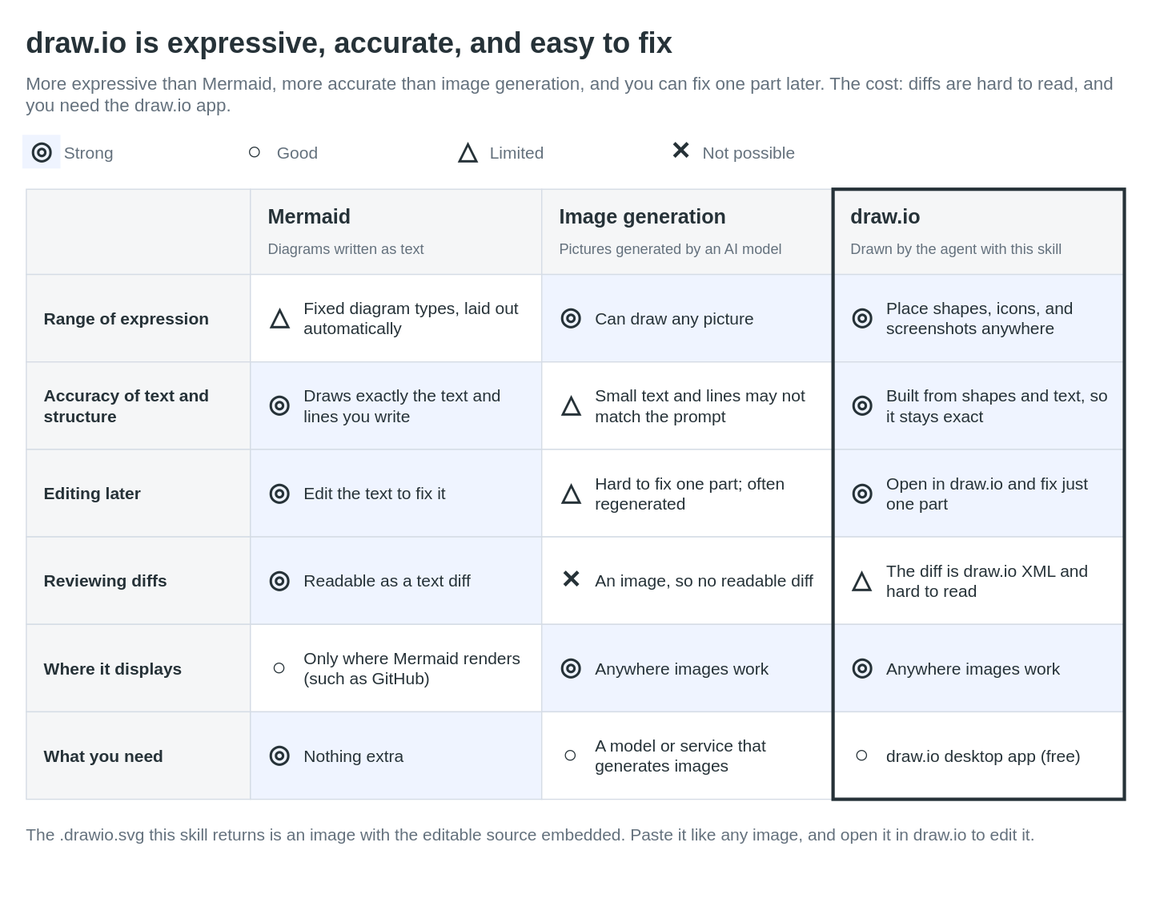
The draw.io diagram docs/why-drawio.en.drawio.svg in nntto/explanatory-diagrams, before a commit. Source tidied: cells renumbered, new cells last; positions are measured from the earlier drawing's top-left corner, leaving out a move shared by most shapes.
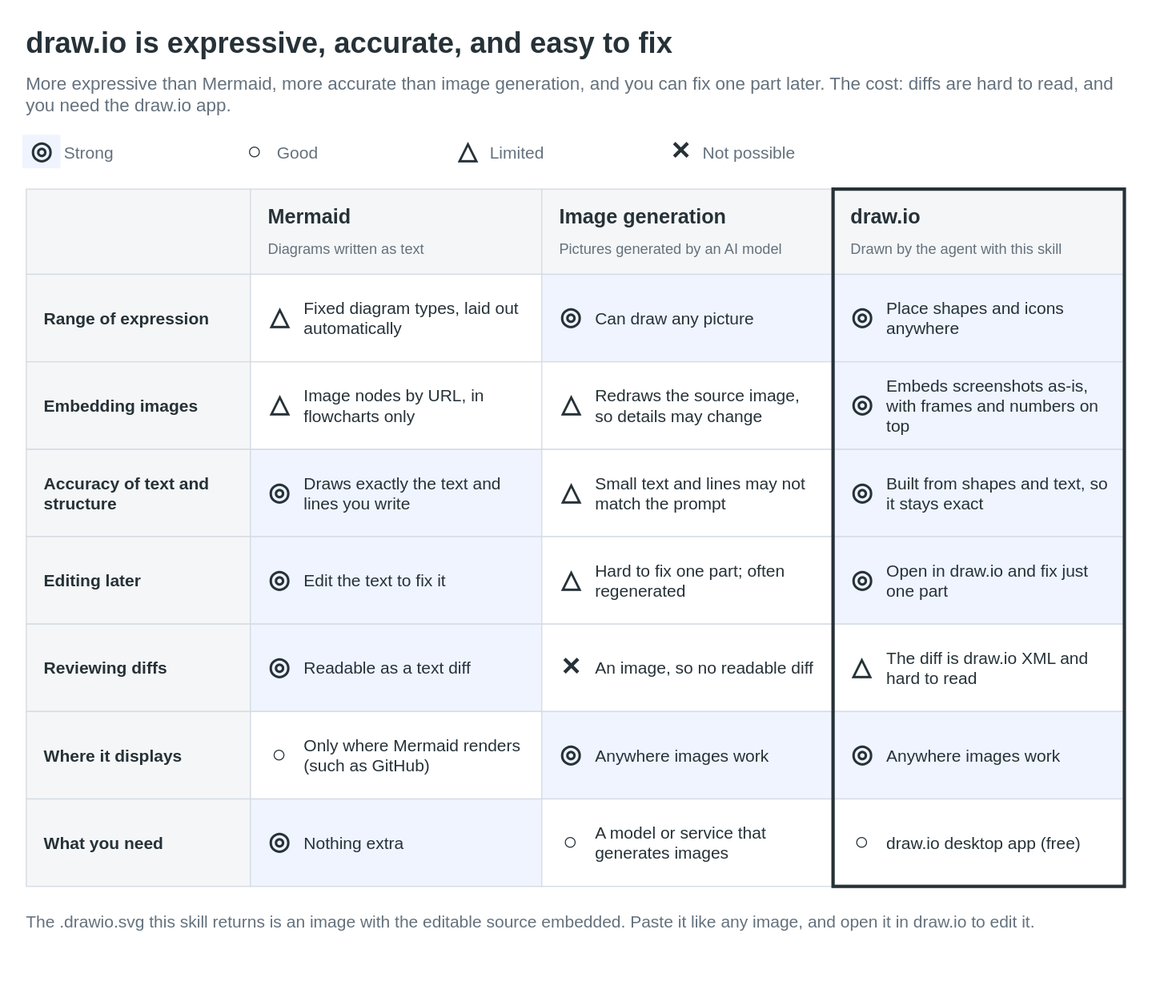
After the change.

Change to the diagram source:
```diff
@@ -3,100 +3,100 @@
     <mxCell id="0" />
     <mxCell id="1" parent="0" />
     <mxCell id="2" value="draw.io is expressive, accurate, and easy to fix" style="text;html=1;whiteSpace=wrap;fontFamily=Helvetica;fontSize=26;fontColor=#263238;align=left;verticalAlign=middle;spacing=0;fontStyle=1;" parent="1" vertex="1">
-      <mxGeometry x="3" width="980" height="36" as="geometry" />
+      <mxGeometry x="3" y="-78" width="980" height="36" as="geometry" />
     </mxCell>
     <mxCell id="3" value="More expressive than Mermaid, more accurate than image generation, and you can fix one part later. The cost: diffs are hard to read, and you need the draw.io app." style="text;html=1;whiteSpace=wrap;fontFamily=Helvetica;fontSize=16;fontColor=#64717d;align=left;verticalAlign=top;spacing=0;" parent="1" vertex="1">
-      <mxGeometry x="3" y="40" width="980" height="44" as="geometry" />
+      <mxGeometry x="3" y="-38" width="980" height="44" as="geometry" />
     </mxCell>
     <mxCell id="4" style="rounded=0;html=1;fillColor=#eff4ff;strokeColor=none;" parent="1" vertex="1">
-      <mxGeometry y="100" width="34" height="30" as="geometry" />
+      <mxGeometry y="22" width="34" height="30" as="geometry" />
     </mxCell>
     <mxCell id="5" value="◎" style="text;html=1;whiteSpace=wrap;fontFamily=Helvetica;fontSize=22;fontColor=#263238;align=center;verticalAlign=middle;spacing=0;fontStyle=1;" parent="1" vertex="1">
-      <mxGeometry x="3" y="102" width="28" height="26" as="geometry" />
+      <mxGeometry x="3" y="24" width="28" height="26" as="geometry" />
     </mxCell>
     <mxCell id="6" value="Strong" style="text;html=1;whiteSpace=wrap;fontFamily=Helvetica;fontSize=15;fontColor=#64717d;align=left;verticalAlign=middle;spacing=0;" parent="1" vertex="1">
-      <mxGeometry x="37" y="102" width="150" height="26" as="geometry" />
+      <mxGeometry x="37" y="24" width="150" height="26" as="geometry" />
     </mxCell>
     <mxCell id="7" value="○" style="text;html=1;whiteSpace=wrap;fontFamily=Helvetica;fontSize=22;fontColor=#263238;align=center;verticalAlign=middle;spacing=0;fontStyle=1;" parent="1" vertex="1">
-      <mxGeometry x="193" y="102" width="28" height="26" as="geometry" />
+      <mxGeometry x="193" y="24" width="28" height="26" as="geometry" />
     </mxCell>
     <mxCell id="8" value="Good" style="text;html=1;whiteSpace=wrap;fontFamily=Helvetica;fontSize=15;fontColor=#64717d;align=left;verticalAlign=middle;spacing=0;" parent="1" vertex="1">
-      <mxGeometry x="227" y="102" width="150" height="26" as="geometry" />
+      <mxGeometry x="227" y="24" width="150" height="26" as="geometry" />
     </mxCell>
     <mxCell id="9" value="△" style="text;html=1;whiteSpace=wrap;fontFamily=Helvetica;fontSize=22;fontColor=#263238;align=center;verticalAlign=middle;spacing=0;fontStyle=1;" parent="1" vertex="1">
-      <mxGeometry x="383" y="102" width="28" height="26" as="geometry" />
+      <mxGeometry x="383" y="24" width="28" height="26" as="geometry" />
     </mxCell>
     <mxCell id="10" value="Limited" style="text;html=1;whiteSpace=wrap;fontFamily=Helvetica;fontSize=15;fontColor=#64717d;align=left;verticalAlign=middle;spacing=0;" parent="1" vertex="1">
-      <mxGeometry x="417" y="102" width="150" height="26" as="geometry" />
+      <mxGeometry x="417" y="24" width="150" height="26" as="geometry" />
     </mxCell>
     <mxCell id="11" value="✕" style="text;html=1;whiteSpace=wrap;fontFamily=Helvetica;fontSize=22;fontColor=#263238;align=center;verticalAlign=middle;spacing=0;fontStyle=1;" parent="1" vertex="1">
-      <mxGeometry x="573" y="102" width="28" height="26" as="geometry" />
+      <mxGeometry x="573" y="24" width="28" height="26" as="geometry" />
     </mxCell>
     <mxCell id="12" value="Not possible" style="text;html=1;whiteSpace=wrap;fontFamily=Helvetica;fontSize=15;fontColor=#64717d;align=left;verticalAlign=middle;spacing=0;" parent="1" vertex="1">
-      <mxGeometry x="607" y="102" width="150" height="26" as="geometry" />
+      <mxGeometry x="607" y="24" width="150" height="26" as="geometry" />
     </mxCell>
     <mxCell id="13" style="rounded=0;html=1;fillColor=#f5f6f7;strokeColor=#D5DCE5;strokeWidth=1;" parent="1" vertex="1">
-      <mxGeometry x="3" y="148" width="200" height="76" as="geometry" />
+      <mxGeometry x="3" y="70" width="200" height="76" as="geometry" />
     </mxCell>
     <mxCell id="14" style="rounded=0;html=1;fillColor=#f5f6f7;strokeColor=#D5DCE5;strokeWidth=1;" parent="1" vertex="1">
-      <mxGeometry x="203" y="148" width="260" height="76" as="geometry" />
+      <mxGeometry x="203" y="70" width="260" height="76" as="geometry" />
     </mxCell>
     <mxCell id="15" value="Mermaid" style="text;html=1;whiteSpace=wrap;fontFamily=Helvetica;fontSize=18;fontColor=#263238;align=left;verticalAlign=middle;spacing=0;fontStyle=1;" parent="1" vertex="1">
-      <mxGeometry x="219" y="160" width="228" height="26" as="geometry" />
+      <mxGeometry x="219" y="82" width="228" height="26" as="geometry" />
     </mxCell>
     <mxCell id="16" value="Diagrams written as text" style="text;html=1;whiteSpace=wrap;fontFamily=Helvetica;fontSize=13;fontColor=#64717d;align=left;verticalAlign=middle;spacing=0;" parent="1" vertex="1">
-      <mxGeometry x="219" y="190" width="228" height="22" as="geometry" />
+      <mxGeometry x="219" y="112" width="228" height="22" as="geometry" />
     </mxCell>
     <mxCell id="17" style="rounded=0;html=1;fillColor=#f5f6f7;strokeColor=#D5DCE5;strokeWidth=1;" parent="1" vertex="1">
-      <mxGeometry x="463" y="148" width="260" height="76" as="geometry" />
+      <mxGeometry x="463" y="70" width="260" height="76" as="geometry" />
     </mxCell>
     <mxCell id="18" value="Image generation" style="text;html=1;whiteSpace=wrap;fontFamily=Helvetica;fontSize=18;fontColor=#263238;align=left;verticalAlign=middle;spacing=0;fontStyle=1;" parent="1" vertex="1">
-      <mxGeometry x="479" y="160" width="228" height="26" as="geometry" />
+      <mxGeometry x="479" y="82" width="228" height="26" as="geometry" />
     </mxCell>
     <mxCell id="19" value="Pictures generated by an AI model" style="text;html=1;whiteSpace=wrap;fontFamily=Helvetica;fontSize=13;fontColor=#64717d;align=left;verticalAlign=middle;spacing=0;" parent="1" vertex="1">
-      <mxGeometry x="479" y="190" width="228" height="22" as="geometry" />
+      <mxGeometry x="479" y="112" width="228" height="22" as="geometry" />
     </mxCell>
     <mxCell id="20" style="rounded=0;html=1;fillColor=#f5f6f7;strokeColor=#D5DCE5;strokeWidth=1;" parent="1" vertex="1">
-      <mxGeometry x="723" y="148" width="260" height="76" as="geometry" />
+      <mxGeometry x="723" y="70" width="260" height="76" as="geometry" />
     </mxCell>
     <mxCell id="21" value="draw.io" style="text;html=1;whiteSpace=wrap;fontFamily=Helvetica;fontSize=18;fontColor=#263238;align=left;verticalAlign=middle;spacing=0;fontStyle=1;" parent="1" vertex="1">
-      <mxGeometry x="739" y="160" width="228" height="26" as="geometry" />
+      <mxGeometry x="739" y="82" width="228" height="26" as="geometry" />
     </mxCell>
     <mxCell id="22" value="Drawn by the agent with this skill" style="text;html=1;whiteSpace=wrap;fontFamily=Helvetica;fontSize=13;fontColor=#64717d;align=left;verticalAlign=middle;spacing=0;" parent="1" vertex="1">
-      <mxGeometry x="739" y="190" width="228" height="22" as="geometry" />
+      <mxGeometry x="739" y="112" width="228" height="22" as="geometry" />
     </mxCell>
     <mxCell id="23" style="rounded=0;html=1;fillColor=#f5f6f7;strokeColor=#D5DCE5;strokeWidth=1;" parent="1" vertex="1">
-      <mxGeometry x="3" y="224" width="200" height="78" as="geometry" />
+      <mxGeometry x="3" y="146" width="200" height="78" as="geometry" />
     </mxCell>
     <mxCell id="24" value="Range of expression" style="text;html=1;whiteSpace=wrap;fontFamily=Helvetica;fontSize=15;fontColor=#263238;align=left;verticalAlign=middle;spacing=0;fontStyle=1;" parent="1" vertex="1">
-      <mxGeometry x="19" y="224" width="172" height="78" as="geometry" />
+      <mxGeometry x="19" y="146" width="172" height="78" as="geometry" />
     </mxCell>
     <mxCell id="25" style="rounded=0;html=1;fillColor=#ffffff;strokeColor=#D5DCE5;strokeWidth=1;" parent="1" vertex="1">
-      <mxGeometry x="203" y="224" width="260" height="78" as="geometry" />
+      <mxGeometry x="203" y="146" width="260" height="78" as="geometry" />
     </mxCell>
     <mxCell id="26" value="△" style="text;html=1;whiteSpace=wrap;fontFamily=Helvetica;fontSize=22;fontColor=#263238;align=center;verticalAlign=middle;spacing=0;fontStyle=1;" parent="1" vertex="1">
-      <mxGeometry x="215" y="224" width="28" height="78" as="geometry" />
+      <mxGeometry x="215" y="146" width="28" height="78" as="geometry" />
     </mxCell>
     <mxCell id="27" value="Fixed diagram types, laid out automatically" style="text;html=1;whiteSpace=wrap;fontFamily=Helvetica;fontSize=15;fontColor=#263238;align=left;verticalAlign=middle;spacing=0;" parent="1" vertex="1">
-      <mxGeometry x="251" y="230" width="200" height="66" as="geometry" />
+      <mxGeometry x="251" y="152" width="200" height="66" as="geometry" />
     </mxCell>
     <mxCell id="28" style="rounded=0;html=1;fillColor=#eff4ff;strokeColor=#D5DCE5;strokeWidth=1;" parent="1" vertex="1">
-      <mxGeometry x="463" y="224" width="260" height="78" as="geometry" />
+      <mxGeometry x="463" y="146" width="260" height="78" as="geometry" />
     </mxCell>
     <mxCell id="29" value="◎" style="text;html=1;whiteSpace=wrap;fontFamily=Helvetica;fontSize=22;fontColor=#263238;align=center;verticalAlign=middle;spacing=0;fontStyle=1;" parent="1" vertex="1">
-      <mxGeometry x="475" y="224" width="28" height="78" as="geometry" />
+      <mxGeometry x="475" y="146" width="28" height="78" as="geometry" />
     </mxCell>
     <mxCell id="30" value="Can draw any picture" style="text;html=1;whiteSpace=wrap;fontFamily=Helvetica;fontSize=15;fontColor=#263238;align=left;verticalAlign=middle;spacing=0;" parent="1" vertex="1">
-      <mxGeometry x="511" y="230" width="200" height="66" as="geometry" />
+      <mxGeometry x="511" y="152" width="200" height="66" as="geometry" />
     </mxCell>
     <mxCell id="31" style="rounded=0;html=1;fillColor=#eff4ff;strokeColor=#D5DCE5;strokeWidth=1;" parent="1" vertex="1">
-      <mxGeometry x="723" y="224" width="260" height="78" as="geometry" />
+      <mxGeometry x="723" y="146" width="260" height="78" as="geometry" />
     </mxCell>
     <mxCell id="32" value="◎" style="text;html=1;whiteSpace=wrap;fontFamily=Helvetica;fontSize=22;fontColor=#263238;align=center;verticalAlign=middle;spacing=0;fontStyle=1;" parent="1" vertex="1">
-      <mxGeometry x="735" y="224" width="28" height="78" as="geometry" />
+      <mxGeometry x="735" y="146" width="28" height="78" as="geometry" />
     </mxCell>
-    <mxCell id="33" value="Place shapes, icons, and screenshots anywhere" style="text;html=1;whiteSpace=wrap;fontFamily=Helvetica;fontSize=15;fontColor=#263238;align=left;verticalAlign=middle;spacing=0;" parent="1" vertex="1">
-      <mxGeometry x="771" y="230" width="200" height="66" as="geometry" />
+    <mxCell id="33" value="Place shapes and icons anywhere" style="text;html=1;whiteSpace=wrap;fontFamily=Helvetica;fontSize=15;fontColor=#263238;align=left;verticalAlign=middle;spacing=0;" parent="1" vertex="1">
+      <mxGeometry x="771" y="152" width="200" height="66" as="geometry" />
     </mxCell>
     <mxCell id="34" style="rounded=0;html=1;fillColor=#f5f6f7;strokeColor=#D5DCE5;strokeWidth=1;" parent="1" vertex="1">
       <mxGeometry x="3" y="302" width="200" height="78" as="geometry" />
@@ -263,8 +263,41 @@
     <mxCell id="88" value="draw.io desktop app (free)" style="text;html=1;whiteSpace=wrap;fontFamily=Helvetica;fontSize=15;fontColor=#263238;align=left;verticalAlign=middle;spacing=0;" parent="1" vertex="1">
       <mxGeometry x="771" y="620" width="200" height="66" as="geometry" />
     </mxCell>
+    <mxCell id="91" style="rounded=0;html=1;fillColor=#f5f6f7;strokeColor=#D5DCE5;strokeWidth=1;" parent="1" vertex="1">
+      <mxGeometry x="3" y="224" width="200" height="78" as="geometry" />
+    </mxCell>
+    <mxCell id="92" value="Embedding images" style="text;html=1;whiteSpace=wrap;fontFamily=Helvetica;fontSize=15;fontColor=#263238;align=left;verticalAlign=middle;spacing=0;fontStyle=1;" parent="1" vertex="1">
+      <mxGeometry x="19" y="224" width="172" height="78" as="geometry" />
+    </mxCell>
+    <mxCell id="93" style="rounded=0;html=1;fillColor=#ffffff;strokeColor=#D5DCE5;strokeWidth=1;" parent="1" vertex="1">
+      <mxGeometry x="203" y="224" width="260" height="78" as="geometry" />
+    </mxCell>
+    <mxCell id="94" value="△" style="text;html=1;whiteSpace=wrap;fontFamily=Helvetica;fontSize=22;fontColor=#263238;align=center;verticalAlign=middle;spacing=0;fontStyle=1;" parent="1" vertex="1">
+      <mxGeometry x="215" y="224" width="28" height="78" as="geometry" />
+    </mxCell>
+    <mxCell id="95" value="Image nodes by URL, in flowcharts only" style="text;html=1;whiteSpace=wrap;fontFamily=Helvetica;fontSize=15;fontColor=#263238;align=left;verticalAlign=middle;spacing=0;" parent="1" vertex="1">
+      <mxGeometry x="251" y="230" width="200" height="66" as="geometry" />
+    </mxCell>
+    <mxCell id="96" style="rounded=0;html=1;fillColor=#ffffff;strokeColor=#D5DCE5;strokeWidth=1;" parent="1" vertex="1">
+      <mxGeometry x="463" y="224" width="260" height="78" as="geometry" />
+    </mxCell>
+    <mxCell id="97" value="△" style="text;html=1;whiteSpace=wrap;fontFamily=Helvetica;fontSize=22;fontColor=#263238;align=center;verticalAlign=middle;spacing=0;fontStyle=1;" parent="1" vertex="1">
+      <mxGeometry x="475" y="224" width="28" height="78" as="geometry" />
+    </mxCell>
+    <mxCell id="98" value="Redraws the source image, so details may change" style="text;html=1;whiteSpace=wrap;fontFamily=Helvetica;fontSize=15;fontColor=#263238;align=left;verticalAlign=middle;spacing=0;" parent="1" vertex="1">
+      <mxGeometry x="511" y="230" width="200" height="66" as="geometry" />
+    </mxCell>
+    <mxCell id="99" style="rounded=0;html=1;fillColor=#eff4ff;strokeColor=#D5DCE5;strokeWidth=1;" parent="1" vertex="1">
+      <mxGeometry x="723" y="224" width="260" height="78" as="geometry" />
+    </mxCell>
+    <mxCell id="100" value="◎" style="text;html=1;whiteSpace=wrap;fontFamily=Helvetica;fontSize=22;fontColor=#263238;align=center;verticalAlign=middle;spacing=0;fontStyle=1;" parent="1" vertex="1">
+      <mxGeometry x="735" y="224" width="28" height="78" as="geometry" />
+    </mxCell>
+    <mxCell id="101" value="Embeds screenshots as-is, with frames and numbers on top" style="text;html=1;whiteSpace=wrap;fontFamily=Helvetica;fontSize=15;fontColor=#263238;align=left;verticalAlign=middle;spacing=0;" parent="1" vertex="1">
+      <mxGeometry x="771" y="230" width="200" height="66" as="geometry" />
+    </mxCell>
     <mxCell id="89" style="rounded=0;html=1;fillColor=none;strokeColor=#263238;strokeWidth=3;" parent="1" vertex="1">
-      <mxGeometry x="723" y="148" width="260" height="544" as="geometry" />
+      <mxGeometry x="723" y="70" width="260" height="622" as="geometry" />
     </mxCell>
     <mxCell id="90" value="The .drawio.svg this skill returns is an image with the editable source embedded. Paste it like any image, and open it in draw.io to edit it." style="text;html=1;whiteSpace=wrap;fontFamily=Helvetica;fontSize=15;fontColor=#64717d;align=left;verticalAlign=top;spacing=0;" parent="1" vertex="1">
       <mxGeometry x="3" y="710" width="980" height="48" as="geometry" />
```
